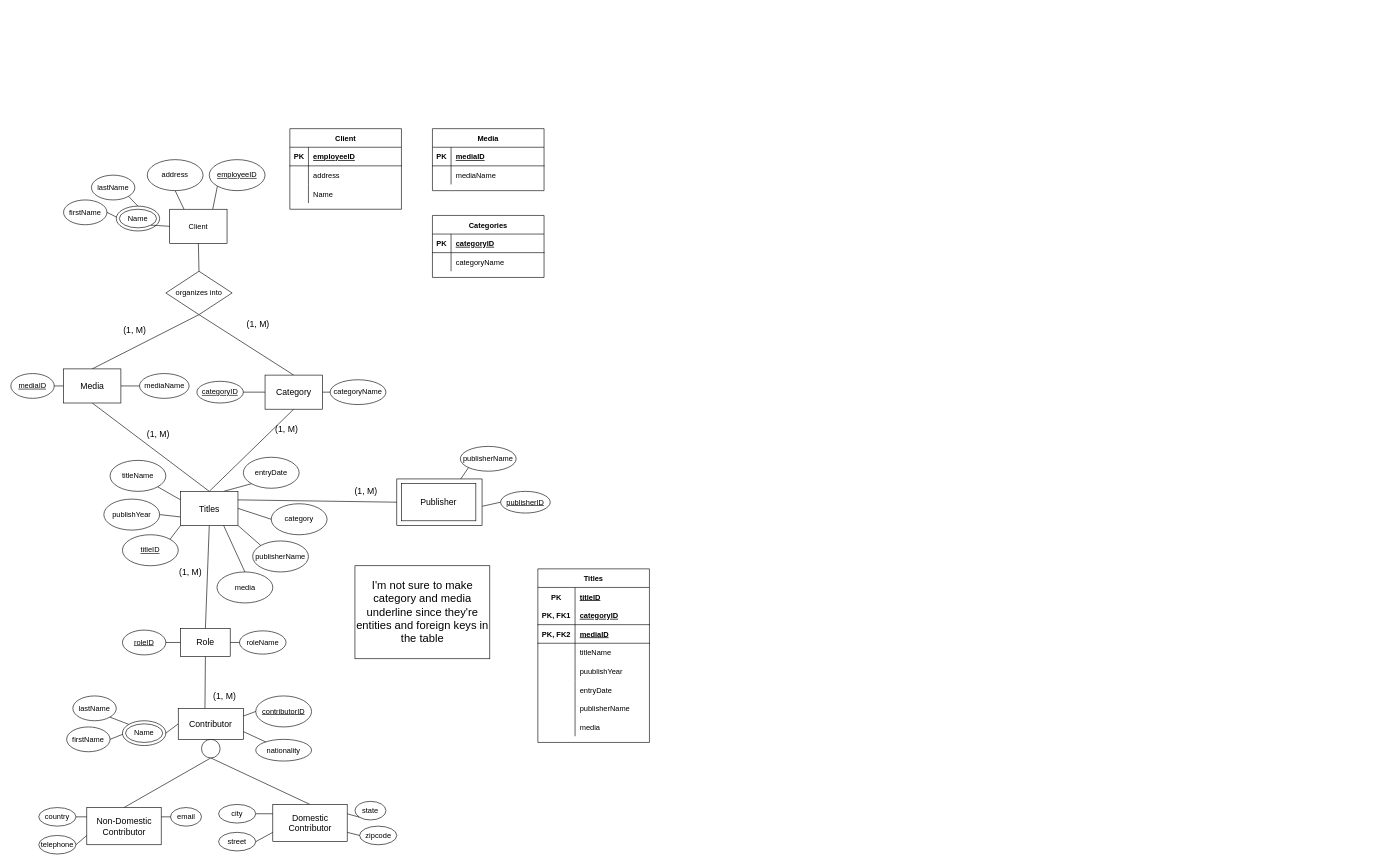
Before: projecteerd.drawio in roning54/database_design, a draw.io diagram. Source tidied: cells renumbered, new cells numbered last; positions are measured from the earlier drawing's top-left corner, leaving out a move shared by most shapes. Both pictures are drawn from the tidied source at 62%, with x=0, y=0 at pixel (11, 128).
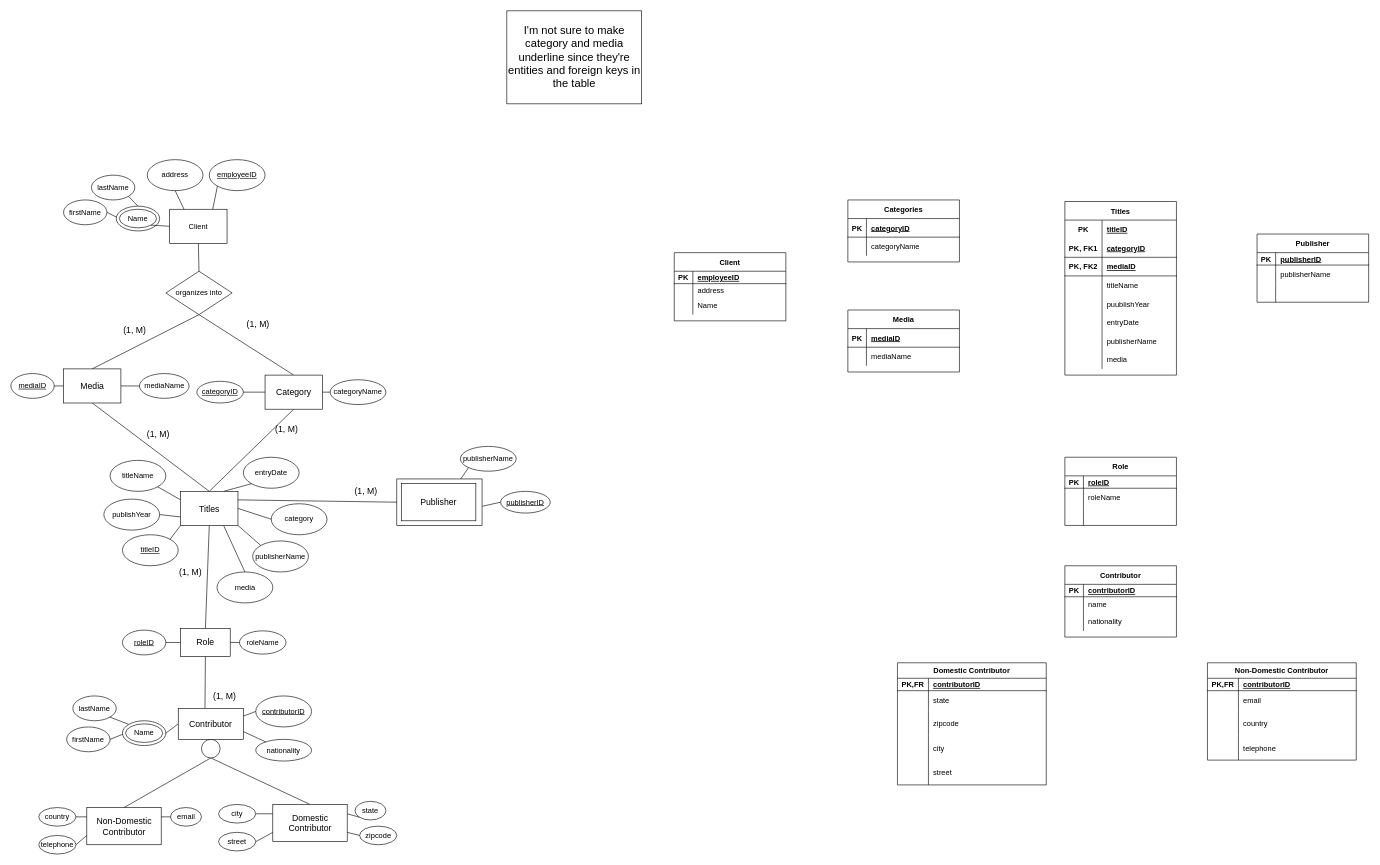
The same page after the edit.

Diff of the diagram source:
```diff
@@
     <mxCell id="98" value="Client" style="shape=table;startSize=30;childLayout=tableLayout;rowLines=0;fontStyle=1;align=center;" parent="1" vertex="1">
-      <mxGeometry x="450" width="180" height="130" as="geometry" />
+      <mxGeometry x="1070" y="200" width="180" height="110" as="geometry" />
     </mxCell>
     <mxCell id="99" style="shape=partialRectangle;fillColor=none;top=0;left=0;bottom=1;right=0;" parent="98" vertex="1">
-      <mxGeometry y="30" width="180" height="30" as="geometry" />
+      <mxGeometry y="30" width="180" height="20" as="geometry" />
     </mxCell>
     <mxCell id="100" value="PK" style="shape=partialRectangle;fillColor=none;top=0;left=0;bottom=0;right=0;fontStyle=1;overflow=hidden;" parent="99" vertex="1">
-      <mxGeometry width="30" height="30" as="geometry" />
+      <mxGeometry width="30" height="20" as="geometry" />
     </mxCell>
     <mxCell id="101" value="employeeID" style="shape=partialRectangle;fillColor=none;top=0;left=0;bottom=0;right=0;align=left;spacingLeft=6;fontStyle=5;overflow=hidden;" parent="99" vertex="1">
-      <mxGeometry x="30" width="150" height="30" as="geometry" />
+      <mxGeometry x="30" width="150" height="20" as="geometry" />
     </mxCell>
     <mxCell id="102" style="shape=partialRectangle;fillColor=none;top=0;left=0;bottom=0;right=0;" parent="98" vertex="1">
-      <mxGeometry y="60" width="180" height="30" as="geometry" />
+      <mxGeometry y="50" width="180" height="20" as="geometry" />
     </mxCell>
     <mxCell id="103" style="shape=partialRectangle;fillColor=none;top=0;left=0;bottom=0;right=0;overflow=hidden;" parent="102" vertex="1">
-      <mxGeometry width="30" height="30" as="geometry" />
+      <mxGeometry width="30" height="20" as="geometry" />
     </mxCell>
     <mxCell id="104" value="address" style="shape=partialRectangle;fillColor=none;top=0;left=0;bottom=0;right=0;align=left;spacingLeft=6;overflow=hidden;" parent="102" vertex="1">
-      <mxGeometry x="30" width="150" height="30" as="geometry" />
+      <mxGeometry x="30" width="150" height="20" as="geometry" />
     </mxCell>
     <mxCell id="105" style="shape=partialRectangle;fillColor=none;top=0;left=0;bottom=0;right=0;" parent="98" vertex="1">
-      <mxGeometry y="90" width="180" height="30" as="geometry" />
+      <mxGeometry y="70" width="180" height="30" as="geometry" />
     </mxCell>
@@
     <mxCell id="108" value="Media" style="shape=table;startSize=30;childLayout=tableLayout;rowLines=0;fontStyle=1;align=center;" parent="1" vertex="1">
-      <mxGeometry x="680" width="180" height="100" as="geometry" />
+      <mxGeometry x="1350" y="292.5" width="180" height="100" as="geometry" />
     </mxCell>
@@
     <mxCell id="115" value="Categories" style="shape=table;startSize=30;childLayout=tableLayout;rowLines=0;fontStyle=1;align=center;" parent="1" vertex="1">
-      <mxGeometry x="680" y="140" width="180" height="100" as="geometry" />
+      <mxGeometry x="1350" y="115" width="180" height="100" as="geometry" />
     </mxCell>
@@
     <mxCell id="122" value="Titles" style="shape=table;startSize=30;childLayout=tableLayout;rowLines=0;fontStyle=1;align=center;" parent="1" vertex="1">
-      <mxGeometry x="850" y="710" width="180" height="280" as="geometry" />
+      <mxGeometry x="1700" y="117.5" width="180" height="280" as="geometry" />
     </mxCell>
@@
     <mxCell id="147" value="&lt;font style=&quot;font-size: 18px&quot;&gt;I'm not sure to make category and media underline since they're entities and foreign keys in the table&lt;/font&gt;" style="rounded=0;whiteSpace=wrap;html=1;" parent="1" vertex="1">
-      <mxGeometry x="555" y="705" width="217.5" height="150" as="geometry" />
+      <mxGeometry x="800" y="-190" width="217.5" height="150" as="geometry" />
     </mxCell>
+    <mxCell id="148" value="Contributor" style="shape=table;startSize=30;childLayout=tableLayout;rowLines=0;fontStyle=1;align=center;" parent="1" vertex="1">
+      <mxGeometry x="1700" y="705" width="180" height="115" as="geometry" />
+    </mxCell>
+    <mxCell id="149" style="shape=partialRectangle;fillColor=none;top=0;left=0;bottom=1;right=0;" parent="148" vertex="1">
+      <mxGeometry y="30" width="180" height="20" as="geometry" />
+    </mxCell>
+    <mxCell id="150" value="PK" style="shape=partialRectangle;fillColor=none;top=0;left=0;bottom=0;right=0;fontStyle=1;overflow=hidden;" parent="149" vertex="1">
+      <mxGeometry width="30" height="20" as="geometry" />
+    </mxCell>
+    <mxCell id="151" value="contributorID" style="shape=partialRectangle;fillColor=none;top=0;left=0;bottom=0;right=0;align=left;spacingLeft=6;fontStyle=5;overflow=hidden;" parent="149" vertex="1">
+      <mxGeometry x="30" width="150" height="20" as="geometry" />
+    </mxCell>
+    <mxCell id="152" style="shape=partialRectangle;fillColor=none;top=0;left=0;bottom=0;right=0;" parent="148" vertex="1">
+      <mxGeometry y="50" width="180" height="25" as="geometry" />
+    </mxCell>
+    <mxCell id="153" style="shape=partialRectangle;fillColor=none;top=0;left=0;bottom=0;right=0;overflow=hidden;" parent="152" vertex="1">
+      <mxGeometry width="30" height="25" as="geometry" />
+    </mxCell>
+    <mxCell id="154" value="name" style="shape=partialRectangle;fillColor=none;top=0;left=0;bottom=0;right=0;align=left;spacingLeft=6;overflow=hidden;" parent="152" vertex="1">
+      <mxGeometry x="30" width="150" height="25" as="geometry" />
+    </mxCell>
+    <mxCell id="155" style="shape=partialRectangle;fillColor=none;top=0;left=0;bottom=0;right=0;" parent="148" vertex="1">
+      <mxGeometry y="75" width="180" height="30" as="geometry" />
+    </mxCell>
+    <mxCell id="156" style="shape=partialRectangle;fillColor=none;top=0;left=0;bottom=0;right=0;overflow=hidden;" parent="155" vertex="1">
+      <mxGeometry width="30" height="30" as="geometry" />
+    </mxCell>
+    <mxCell id="157" value="nationality" style="shape=partialRectangle;fillColor=none;top=0;left=0;bottom=0;right=0;align=left;spacingLeft=6;overflow=hidden;" parent="155" vertex="1">
+      <mxGeometry x="30" width="150" height="30" as="geometry" />
+    </mxCell>
+    <mxCell id="158" value="Non-Domestic Contributor" style="shape=table;startSize=25;childLayout=tableLayout;rowLines=0;fontStyle=1;align=center;" parent="1" vertex="1">
+      <mxGeometry x="1930" y="861.5" width="240" height="157" as="geometry" />
+    </mxCell>
+    <mxCell id="159" style="shape=partialRectangle;fillColor=none;top=0;left=0;bottom=1;right=0;" parent="158" vertex="1">
+      <mxGeometry y="25" width="240" height="20" as="geometry" />
+    </mxCell>
+    <mxCell id="160" value="PK,FR" style="shape=partialRectangle;fillColor=none;top=0;left=0;bottom=0;right=0;fontStyle=1;overflow=hidden;" parent="159" vertex="1">
+      <mxGeometry width="50" height="20" as="geometry" />
+    </mxCell>
+    <mxCell id="161" value="contributorID" style="shape=partialRectangle;fillColor=none;top=0;left=0;bottom=0;right=0;align=left;spacingLeft=6;fontStyle=5;overflow=hidden;" parent="159" vertex="1">
+      <mxGeometry x="50" width="190" height="20" as="geometry" />
+    </mxCell>
+    <mxCell id="162" style="shape=partialRectangle;fillColor=none;top=0;left=0;bottom=0;right=0;" parent="158" vertex="1">
+      <mxGeometry y="45" width="240" height="32" as="geometry" />
+    </mxCell>
+    <mxCell id="163" style="shape=partialRectangle;fillColor=none;top=0;left=0;bottom=0;right=0;overflow=hidden;" parent="162" vertex="1">
+      <mxGeometry width="50" height="32" as="geometry" />
+    </mxCell>
+    <mxCell id="164" value="email" style="shape=partialRectangle;fillColor=none;top=0;left=0;bottom=0;right=0;align=left;spacingLeft=6;overflow=hidden;" parent="162" vertex="1">
+      <mxGeometry x="50" width="190" height="32" as="geometry" />
+    </mxCell>
+    <mxCell id="165" style="shape=partialRectangle;fillColor=none;top=0;left=0;bottom=0;right=0;" parent="158" vertex="1">
+      <mxGeometry y="77" width="240" height="40" as="geometry" />
+    </mxCell>
+    <mxCell id="166" style="shape=partialRectangle;fillColor=none;top=0;left=0;bottom=0;right=0;overflow=hidden;" parent="165" vertex="1">
+      <mxGeometry width="50" height="40" as="geometry" />
+    </mxCell>
+    <mxCell id="167" value="country" style="shape=partialRectangle;fillColor=none;top=0;left=0;bottom=0;right=0;align=left;spacingLeft=6;overflow=hidden;" parent="165" vertex="1">
+      <mxGeometry x="50" width="190" height="40" as="geometry" />
+    </mxCell>
+    <mxCell id="168" style="shape=partialRectangle;fillColor=none;top=0;left=0;bottom=0;right=0;" parent="158" vertex="1">
+      <mxGeometry y="117" width="240" height="40" as="geometry" />
+    </mxCell>
+    <mxCell id="169" style="shape=partialRectangle;fillColor=none;top=0;left=0;bottom=0;right=0;overflow=hidden;" parent="168" vertex="1">
+      <mxGeometry width="50" height="40" as="geometry" />
+    </mxCell>
+    <mxCell id="170" value="telephone" style="shape=partialRectangle;fillColor=none;top=0;left=0;bottom=0;right=0;align=left;spacingLeft=6;overflow=hidden;" parent="168" vertex="1">
+      <mxGeometry x="50" width="190" height="40" as="geometry" />
+    </mxCell>
+    <mxCell id="171" value="Domestic Contributor" style="shape=table;startSize=25;childLayout=tableLayout;rowLines=0;fontStyle=1;align=center;" parent="1" vertex="1">
+      <mxGeometry x="1430" y="861.5" width="240" height="197" as="geometry" />
+    </mxCell>
+    <mxCell id="172" style="shape=partialRectangle;fillColor=none;top=0;left=0;bottom=1;right=0;" parent="171" vertex="1">
+      <mxGeometry y="25" width="240" height="20" as="geometry" />
+    </mxCell>
+    <mxCell id="173" value="PK,FR" style="shape=partialRectangle;fillColor=none;top=0;left=0;bottom=0;right=0;fontStyle=1;overflow=hidden;" parent="172" vertex="1">
+      <mxGeometry width="50" height="20" as="geometry" />
+    </mxCell>
+    <mxCell id="174" value="contributorID" style="shape=partialRectangle;fillColor=none;top=0;left=0;bottom=0;right=0;align=left;spacingLeft=6;fontStyle=5;overflow=hidden;" parent="172" vertex="1">
+      <mxGeometry x="50" width="190" height="20" as="geometry" />
+    </mxCell>
+    <mxCell id="175" style="shape=partialRectangle;fillColor=none;top=0;left=0;bottom=0;right=0;" parent="171" vertex="1">
+      <mxGeometry y="45" width="240" height="32" as="geometry" />
+    </mxCell>
+    <mxCell id="176" style="shape=partialRectangle;fillColor=none;top=0;left=0;bottom=0;right=0;overflow=hidden;" parent="175" vertex="1">
+      <mxGeometry width="50" height="32" as="geometry" />
+    </mxCell>
+    <mxCell id="177" value="state" style="shape=partialRectangle;fillColor=none;top=0;left=0;bottom=0;right=0;align=left;spacingLeft=6;overflow=hidden;" parent="175" vertex="1">
+      <mxGeometry x="50" width="190" height="32" as="geometry" />
+    </mxCell>
+    <mxCell id="178" style="shape=partialRectangle;fillColor=none;top=0;left=0;bottom=0;right=0;" parent="171" vertex="1">
+      <mxGeometry y="77" width="240" height="40" as="geometry" />
+    </mxCell>
+    <mxCell id="179" style="shape=partialRectangle;fillColor=none;top=0;left=0;bottom=0;right=0;overflow=hidden;" parent="178" vertex="1">
+      <mxGeometry width="50" height="40" as="geometry" />
+    </mxCell>
+    <mxCell id="180" value="zipcode" style="shape=partialRectangle;fillColor=none;top=0;left=0;bottom=0;right=0;align=left;spacingLeft=6;overflow=hidden;" parent="178" vertex="1">
+      <mxGeometry x="50" width="190" height="40" as="geometry" />
+    </mxCell>
+    <mxCell id="181" style="shape=partialRectangle;fillColor=none;top=0;left=0;bottom=0;right=0;" parent="171" vertex="1">
+      <mxGeometry y="117" width="240" height="40" as="geometry" />
+    </mxCell>
+    <mxCell id="182" style="shape=partialRectangle;fillColor=none;top=0;left=0;bottom=0;right=0;overflow=hidden;" parent="181" vertex="1">
+      <mxGeometry width="50" height="40" as="geometry" />
+    </mxCell>
+    <mxCell id="183" value="city" style="shape=partialRectangle;fillColor=none;top=0;left=0;bottom=0;right=0;align=left;spacingLeft=6;overflow=hidden;" parent="181" vertex="1">
+      <mxGeometry x="50" width="190" height="40" as="geometry" />
+    </mxCell>
+    <mxCell id="184" style="shape=partialRectangle;fillColor=none;top=0;left=0;bottom=0;right=0;" parent="171" vertex="1">
+      <mxGeometry y="157" width="240" height="40" as="geometry" />
+    </mxCell>
+    <mxCell id="185" style="shape=partialRectangle;fillColor=none;top=0;left=0;bottom=0;right=0;overflow=hidden;" parent="184" vertex="1">
+      <mxGeometry width="50" height="40" as="geometry" />
+    </mxCell>
+    <mxCell id="186" value="street" style="shape=partialRectangle;fillColor=none;top=0;left=0;bottom=0;right=0;align=left;spacingLeft=6;overflow=hidden;" parent="184" vertex="1">
+      <mxGeometry x="50" width="190" height="40" as="geometry" />
+    </mxCell>
+    <mxCell id="187" value="Publisher" style="shape=table;startSize=30;childLayout=tableLayout;rowLines=0;fontStyle=1;align=center;" parent="1" vertex="1">
+      <mxGeometry x="2010" y="170" width="180" height="110" as="geometry" />
+    </mxCell>
+    <mxCell id="188" style="shape=partialRectangle;fillColor=none;top=0;left=0;bottom=1;right=0;" parent="187" vertex="1">
+      <mxGeometry y="30" width="180" height="20" as="geometry" />
+    </mxCell>
+    <mxCell id="189" value="PK" style="shape=partialRectangle;fillColor=none;top=0;left=0;bottom=0;right=0;fontStyle=1;overflow=hidden;" parent="188" vertex="1">
+      <mxGeometry width="30" height="20" as="geometry" />
+    </mxCell>
+    <mxCell id="190" value="publisherID" style="shape=partialRectangle;fillColor=none;top=0;left=0;bottom=0;right=0;align=left;spacingLeft=6;fontStyle=5;overflow=hidden;" parent="188" vertex="1">
+      <mxGeometry x="30" width="150" height="20" as="geometry" />
+    </mxCell>
+    <mxCell id="191" style="shape=partialRectangle;fillColor=none;top=0;left=0;bottom=0;right=0;" parent="187" vertex="1">
+      <mxGeometry y="50" width="180" height="30" as="geometry" />
+    </mxCell>
+    <mxCell id="192" style="shape=partialRectangle;fillColor=none;top=0;left=0;bottom=0;right=0;overflow=hidden;" parent="191" vertex="1">
+      <mxGeometry width="30" height="30" as="geometry" />
+    </mxCell>
+    <mxCell id="193" value="publisherName" style="shape=partialRectangle;fillColor=none;top=0;left=0;bottom=0;right=0;align=left;spacingLeft=6;overflow=hidden;" parent="191" vertex="1">
+      <mxGeometry x="30" width="150" height="30" as="geometry" />
+    </mxCell>
+    <mxCell id="194" style="shape=partialRectangle;fillColor=none;top=0;left=0;bottom=0;right=0;" parent="187" vertex="1">
+      <mxGeometry y="80" width="180" height="30" as="geometry" />
+    </mxCell>
+    <mxCell id="195" style="shape=partialRectangle;fillColor=none;top=0;left=0;bottom=0;right=0;overflow=hidden;" parent="194" vertex="1">
+      <mxGeometry width="30" height="30" as="geometry" />
+    </mxCell>
+    <mxCell id="196" style="shape=partialRectangle;fillColor=none;top=0;left=0;bottom=0;right=0;align=left;spacingLeft=6;overflow=hidden;" parent="194" vertex="1">
+      <mxGeometry x="30" width="150" height="30" as="geometry" />
+    </mxCell>
+    <mxCell id="197" value="Role" style="shape=table;startSize=30;childLayout=tableLayout;rowLines=0;fontStyle=1;align=center;" parent="1" vertex="1">
+      <mxGeometry x="1700" y="530" width="180" height="110" as="geometry" />
+    </mxCell>
+    <mxCell id="198" style="shape=partialRectangle;fillColor=none;top=0;left=0;bottom=1;right=0;" parent="197" vertex="1">
+      <mxGeometry y="30" width="180" height="20" as="geometry" />
+    </mxCell>
+    <mxCell id="199" value="PK" style="shape=partialRectangle;fillColor=none;top=0;left=0;bottom=0;right=0;fontStyle=1;overflow=hidden;" parent="198" vertex="1">
+      <mxGeometry width="30" height="20" as="geometry" />
+    </mxCell>
+    <mxCell id="200" value="roleID" style="shape=partialRectangle;fillColor=none;top=0;left=0;bottom=0;right=0;align=left;spacingLeft=6;fontStyle=5;overflow=hidden;" parent="198" vertex="1">
+      <mxGeometry x="30" width="150" height="20" as="geometry" />
+    </mxCell>
+    <mxCell id="201" style="shape=partialRectangle;fillColor=none;top=0;left=0;bottom=0;right=0;" parent="197" vertex="1">
+      <mxGeometry y="50" width="180" height="30" as="geometry" />
+    </mxCell>
+    <mxCell id="202" style="shape=partialRectangle;fillColor=none;top=0;left=0;bottom=0;right=0;overflow=hidden;" parent="201" vertex="1">
+      <mxGeometry width="30" height="30" as="geometry" />
+    </mxCell>
+    <mxCell id="203" value="roleName" style="shape=partialRectangle;fillColor=none;top=0;left=0;bottom=0;right=0;align=left;spacingLeft=6;overflow=hidden;" parent="201" vertex="1">
+      <mxGeometry x="30" width="150" height="30" as="geometry" />
+    </mxCell>
+    <mxCell id="204" style="shape=partialRectangle;fillColor=none;top=0;left=0;bottom=0;right=0;" parent="197" vertex="1">
+      <mxGeometry y="80" width="180" height="30" as="geometry" />
+    </mxCell>
+    <mxCell id="205" style="shape=partialRectangle;fillColor=none;top=0;left=0;bottom=0;right=0;overflow=hidden;" parent="204" vertex="1">
+      <mxGeometry width="30" height="30" as="geometry" />
+    </mxCell>
+    <mxCell id="206" style="shape=partialRectangle;fillColor=none;top=0;left=0;bottom=0;right=0;align=left;spacingLeft=6;overflow=hidden;" parent="204" vertex="1">
+      <mxGeometry x="30" width="150" height="30" as="geometry" />
+    </mxCell>
```
